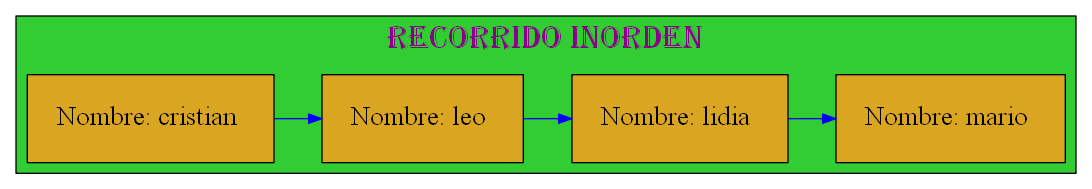
The Graphviz diagram Graficas/Recorrido_Inorden.dot.png in mariotun/EDD_1S2020_PY1_201602942, before a commit. Its source is kept beside it as Graficas/Recorrido_Inorden.dot.
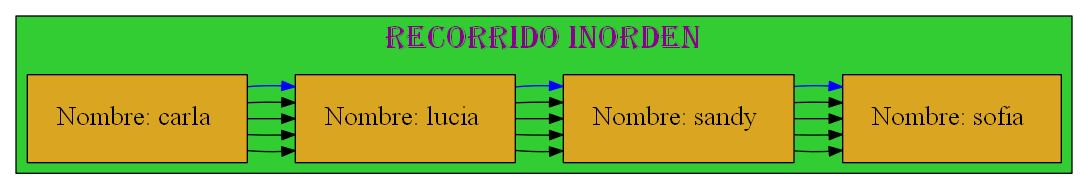
The same diagram one commit later.

The edit, as a diff of the source:
```diff
@@ -13,12 +13,12 @@
 node[margin=0.3 shape=box style=filled fontcolor=black fillcolor=goldenrod fontsize=20];
 {rank=same;
 
-25770483472[label="Nombre: cristian " ];
-25770483872[label="Nombre: leo " ];
-25770484528[label="Nombre: lidia " ];
-25770483616[label="Nombre: mario " ];
+25770483920[label="Nombre: carla " ];
+25770483392[label="Nombre: lucia " ];
+25770483664[label="Nombre: sandy " ];
+25770483232[label="Nombre: sofia " ];
 };
-25770483472 -> 25770483872 -> 25770484528 -> 25770483616
+25770483920 -> 25770483392 -> 25770483664 -> 25770483232 25770483920 -> 25770483392 -> 25770483664 -> 25770483232 25770483920 -> 25770483392 -> 25770483664 -> 25770483232 25770483920 -> 25770483392 -> 25770483664 -> 25770483232 25770483920 -> 25770483392 -> 25770483664 -> 25770483232
 
 [color=blue ];
 }
```
